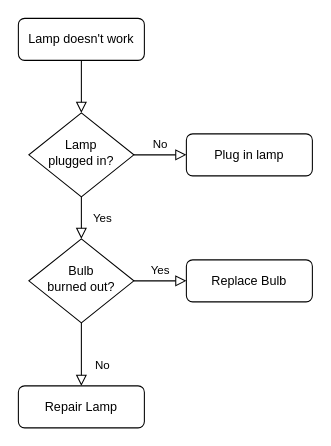
This is Untitled Diagram.drawio from ncaidin/nvc, a draw.io file, before an edit. Source tidied: cells renumbered, new cells numbered last; positions are measured from the earlier drawing's top-left corner, leaving out a move shared by most shapes. Both pictures are drawn from the tidied source at 105%, with x=0, y=0 at pixel (18, 18).
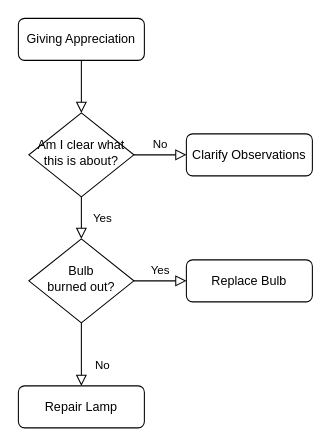
After the change.

Change to the diagram source:
```diff
@@
 <mxGraphModel>
   <root>
     <mxCell id="0" />
     <mxCell id="1" parent="0" />
     <mxCell id="2" style="rounded=0;html=1;jettySize=auto;fontSize=11;endArrow=block;endFill=0;endSize=8;strokeWidth=1;shadow=0;labelBackgroundColor=none;edgeStyle=orthogonalEdgeStyle;" parent="1" edge="1" source="3" target="6">
       <mxGeometry relative="1" as="geometry" />
     </mxCell>
-    <mxCell id="3" value="Lamp doesn't work" style="rounded=1;whiteSpace=wrap;html=1;fontSize=12;glass=0;strokeWidth=1;shadow=0;" parent="1" vertex="1">
+    <mxCell id="3" value="Giving Appreciation" style="rounded=1;whiteSpace=wrap;html=1;fontSize=12;glass=0;strokeWidth=1;shadow=0;" parent="1" vertex="1">
       <mxGeometry width="120" height="40" as="geometry" />
     </mxCell>
     <mxCell id="4" value="Yes" style="rounded=0;html=1;jettySize=auto;fontSize=11;endArrow=block;endFill=0;endSize=8;strokeWidth=1;shadow=0;labelBackgroundColor=none;edgeStyle=orthogonalEdgeStyle;" parent="1" edge="1" source="6" target="10">
       <mxGeometry y="20" relative="1" as="geometry" />
     </mxCell>
     <mxCell id="5" value="No" style="edgeStyle=orthogonalEdgeStyle;rounded=0;html=1;jettySize=auto;fontSize=11;endArrow=block;endFill=0;endSize=8;strokeWidth=1;shadow=0;labelBackgroundColor=none;" parent="1" edge="1" source="6" target="7">
       <mxGeometry y="10" relative="1" as="geometry" />
     </mxCell>
-    <mxCell id="6" value="Lamp&lt;br&gt;plugged in?" style="rhombus;whiteSpace=wrap;html=1;shadow=0;fontFamily=Helvetica;fontSize=12;align=center;strokeWidth=1;spacing=6;spacingTop=-4;" parent="1" vertex="1">
+    <mxCell id="6" value="Am I clear what this is about?" style="rhombus;whiteSpace=wrap;html=1;shadow=0;fontFamily=Helvetica;fontSize=12;align=center;strokeWidth=1;spacing=6;spacingTop=-4;" parent="1" vertex="1">
       <mxGeometry x="10" y="90" width="100" height="80" as="geometry" />
     </mxCell>
-    <mxCell id="7" value="Plug in lamp" style="rounded=1;whiteSpace=wrap;html=1;fontSize=12;glass=0;strokeWidth=1;shadow=0;" parent="1" vertex="1">
+    <mxCell id="7" value="Clarify Observations" style="rounded=1;whiteSpace=wrap;html=1;fontSize=12;glass=0;strokeWidth=1;shadow=0;" parent="1" vertex="1">
       <mxGeometry x="160" y="110" width="120" height="40" as="geometry" />
     </mxCell>
     <mxCell id="8" value="No" style="rounded=0;html=1;jettySize=auto;fontSize=11;endArrow=block;endFill=0;endSize=8;strokeWidth=1;shadow=0;labelBackgroundColor=none;edgeStyle=orthogonalEdgeStyle;" parent="1" edge="1" source="10" target="11">
       <mxGeometry x="0.33" y="20" relative="1" as="geometry" />
     </mxCell>
     <mxCell id="9" value="Yes" style="edgeStyle=orthogonalEdgeStyle;rounded=0;html=1;jettySize=auto;fontSize=11;endArrow=block;endFill=0;endSize=8;strokeWidth=1;shadow=0;labelBackgroundColor=none;" parent="1" edge="1" source="10" target="12">
       <mxGeometry y="10" relative="1" as="geometry" />
     </mxCell>
     <mxCell id="10" value="Bulb&lt;br&gt;burned out?" style="rhombus;whiteSpace=wrap;html=1;shadow=0;fontFamily=Helvetica;fontSize=12;align=center;strokeWidth=1;spacing=6;spacingTop=-4;" parent="1" vertex="1">
       <mxGeometry x="10" y="210" width="100" height="80" as="geometry" />
     </mxCell>
     <mxCell id="11" value="Repair Lamp" style="rounded=1;whiteSpace=wrap;html=1;fontSize=12;glass=0;strokeWidth=1;shadow=0;" parent="1" vertex="1">
       <mxGeometry y="350" width="120" height="40" as="geometry" />
     </mxCell>
     <mxCell id="12" value="Replace Bulb" style="rounded=1;whiteSpace=wrap;html=1;fontSize=12;glass=0;strokeWidth=1;shadow=0;" parent="1" vertex="1">
       <mxGeometry x="160" y="230" width="120" height="40" as="geometry" />
     </mxCell>
   </root>
 </mxGraphModel>
```
